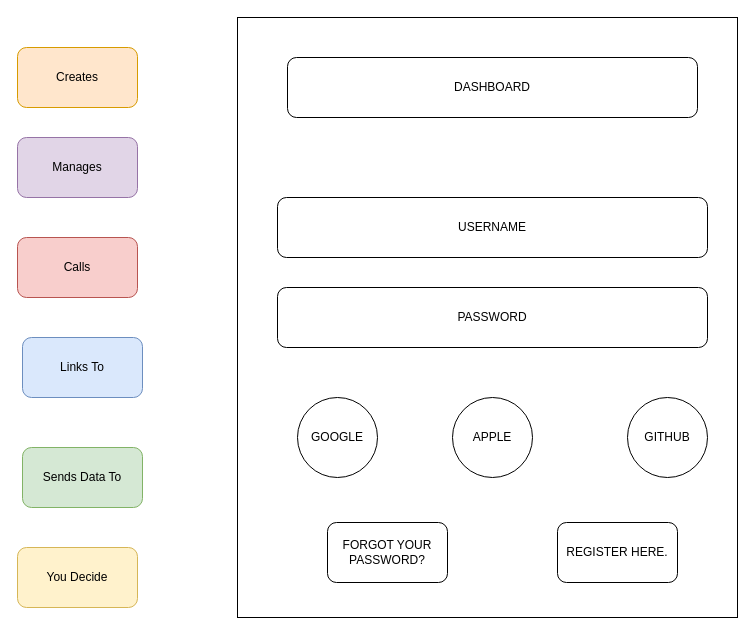
This is diagram/StorageManager.drawio from ArturCortez/learn-with-jordyn, a draw.io file, before an edit. Source tidied: cells renumbered, new cells numbered last; positions are measured from the earlier drawing's top-left corner, leaving out a move shared by most shapes. Both pictures are drawn from the tidied source at 100%, with x=0, y=0 at pixel (17, 17).
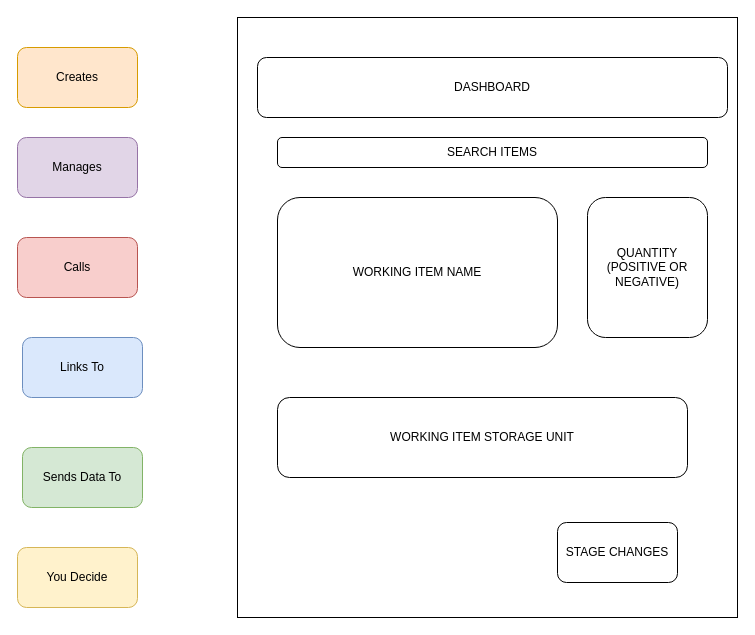
After the change.

Change to the diagram source:
```diff
@@
 <mxGraphModel>
   <root>
     <mxCell id="0" />
     <mxCell id="1" parent="0" />
     <mxCell id="2" value="Creates" style="rounded=1;whiteSpace=wrap;html=1;fillColor=#ffe6cc;strokeColor=#d79b00;" parent="1" vertex="1">
       <mxGeometry y="30" width="120" height="60" as="geometry" />
     </mxCell>
     <mxCell id="3" value="You Decide" style="rounded=1;whiteSpace=wrap;html=1;fillColor=#fff2cc;strokeColor=#d6b656;" parent="1" vertex="1">
       <mxGeometry y="530" width="120" height="60" as="geometry" />
     </mxCell>
     <mxCell id="4" value="Sends Data To" style="rounded=1;whiteSpace=wrap;html=1;fillColor=#d5e8d4;strokeColor=#82b366;" parent="1" vertex="1">
       <mxGeometry x="5" y="430" width="120" height="60" as="geometry" />
     </mxCell>
     <mxCell id="5" value="Links To" style="rounded=1;whiteSpace=wrap;html=1;fillColor=#dae8fc;strokeColor=#6c8ebf;" parent="1" vertex="1">
       <mxGeometry x="5" y="320" width="120" height="60" as="geometry" />
     </mxCell>
     <mxCell id="6" value="Calls" style="rounded=1;whiteSpace=wrap;html=1;fillColor=#f8cecc;strokeColor=#b85450;" parent="1" vertex="1">
       <mxGeometry y="220" width="120" height="60" as="geometry" />
     </mxCell>
     <mxCell id="7" value="Manages" style="rounded=1;whiteSpace=wrap;html=1;fillColor=#e1d5e7;strokeColor=#9673a6;" parent="1" vertex="1">
       <mxGeometry y="120" width="120" height="60" as="geometry" />
     </mxCell>
     <mxCell id="8" style="rounded=0;whiteSpace=wrap;html=1;" parent="1" vertex="1">
       <mxGeometry x="220" width="500" height="600" as="geometry" />
     </mxCell>
     <mxCell id="9" value="DASHBOARD" style="rounded=1;whiteSpace=wrap;html=1;" parent="1" vertex="1">
-      <mxGeometry x="270" y="40" width="410" height="60" as="geometry" />
+      <mxGeometry x="240" y="40" width="470" height="60" as="geometry" />
     </mxCell>
-    <mxCell id="10" value="USERNAME" style="rounded=1;whiteSpace=wrap;html=1;" parent="1" vertex="1">
-      <mxGeometry x="260" y="180" width="430" height="60" as="geometry" />
+    <mxCell id="10" value="SEARCH ITEMS" style="rounded=1;whiteSpace=wrap;html=1;" parent="1" vertex="1">
+      <mxGeometry x="260" y="120" width="430" height="30" as="geometry" />
     </mxCell>
-    <mxCell id="11" value="PASSWORD" style="rounded=1;whiteSpace=wrap;html=1;" parent="1" vertex="1">
-      <mxGeometry x="260" y="270" width="430" height="60" as="geometry" />
+    <mxCell id="11" value="WORKING ITEM NAME" style="rounded=1;whiteSpace=wrap;html=1;" parent="1" vertex="1">
+      <mxGeometry x="260" y="180" width="280" height="150" as="geometry" />
     </mxCell>
-    <mxCell id="12" value="FORGOT YOUR PASSWORD?" style="rounded=1;whiteSpace=wrap;html=1;" parent="1" vertex="1">
-      <mxGeometry x="310" y="505" width="120" height="60" as="geometry" />
-    </mxCell>
-    <mxCell id="13" value="REGISTER HERE." style="rounded=1;whiteSpace=wrap;html=1;" parent="1" vertex="1">
+    <mxCell id="13" value="STAGE CHANGES" style="rounded=1;whiteSpace=wrap;html=1;" parent="1" vertex="1">
       <mxGeometry x="540" y="505" width="120" height="60" as="geometry" />
     </mxCell>
-    <mxCell id="14" value="GOOGLE" style="ellipse;whiteSpace=wrap;html=1;" parent="1" vertex="1">
-      <mxGeometry x="280" y="380" width="80" height="80" as="geometry" />
-    </mxCell>
-    <mxCell id="15" value="APPLE" style="ellipse;whiteSpace=wrap;html=1;" parent="1" vertex="1">
-      <mxGeometry x="435" y="380" width="80" height="80" as="geometry" />
-    </mxCell>
-    <mxCell id="16" value="GITHUB" style="ellipse;whiteSpace=wrap;html=1;" parent="1" vertex="1">
-      <mxGeometry x="610" y="380" width="80" height="80" as="geometry" />
-    </mxCell>
+    <mxCell id="17" value="QUANTITY (POSITIVE OR NEGATIVE)" style="rounded=1;whiteSpace=wrap;html=1;" parent="1" vertex="1">
+      <mxGeometry x="570" y="180" width="120" height="140" as="geometry" />
+    </mxCell>
+    <mxCell id="18" value="WORKING ITEM STORAGE UNIT" style="rounded=1;whiteSpace=wrap;html=1;" parent="1" vertex="1">
+      <mxGeometry x="260" y="380" width="410" height="80" as="geometry" />
+    </mxCell>
   </root>
 </mxGraphModel>
```
